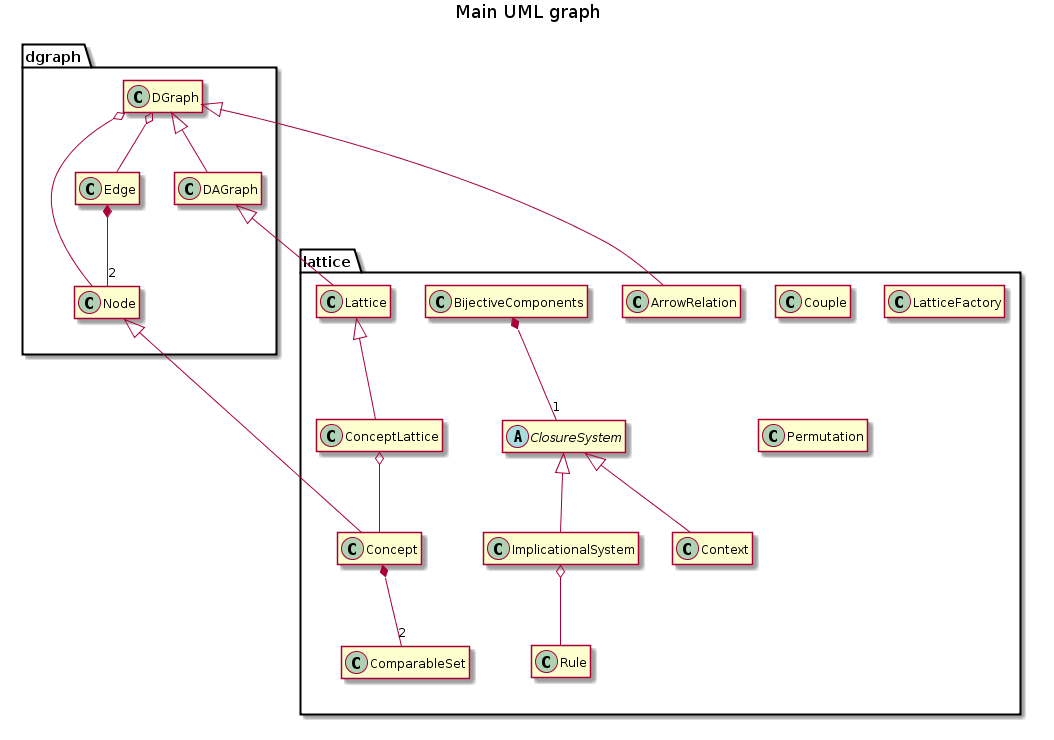
Above: api/UML.png in EstrellaRL/java-lattices (PlantUML), before the change. Source of this version:
```plantuml
@startuml UML.png
title Main UML graph

package dgraph {
    class DGraph {
        -TreeSet<Node> nodes
        -TreeMap<Node, TreeSet<Edge>> successors
        -TreeMap<Node, TreeSet<Edge>> predecessors
        .. Constructors ..
        +DGraph()
        +DGraph(final Set<Node> set)
        +DGraph(final DGraph graph)
        .. Generators ..
        +{static}DGraph random(int size, double threshold)
        +{static}DGraph random(int size)
        .. Accessors ..
        +int sizeNodes()
        +int sizeEdges()
        +SortedSet<Node> getNodes()
        +SortedSet<Edge> getEdges()
        +SortedSet<Edge> getSuccessorEdges(final Node node)
        +SortedSet<Edge> getPredecessorEdges(final Node node)
        +TreeSet<Node> getSuccessorNodes(final Node node)
        +TreeSet<Node> getPredecessorNodes(final Node node)
        +Edge getEdge(final Node from, final Node to)
        +Node getNode(final Object search)
        +Node getNodeByContent(final Object content)
        +Node getNodeByIdentifier(int identifier)
        +TreeSet<Node> getSinks()
        +TreeSet<Node> getWells()
        #TreeMap<Node, TreeSet<Edge>> getSuccessors()
        #TreeMap<Node, TreeSet<Edge>> getPredecessors()
        .. Mutators ..
        #DGraph setNodes(final TreeSet<Node> nodes)
        #DGraph setSuccessors(final TreeMap<Node, TreeSet<Edge>> successors)
        #DGraph setPredecessors(final TreeMap<Node, TreeSet<Edge>> predecessors)
        .. Predicates ..
        +boolean containsNode(final Node node)
        +boolean containsEdge(final Node from, final Node to)
        +boolean containsEdge(final Edge edge)
        +boolean isAcyclic()
        .. Transformers ..
        +String toString()
        .. Persistence ..
        +void writeDot(final String filename)
        .. Operations ..
        +boolean addNode(final Node node)
        +boolean addEdge(final Node from, final Node to, final Object content)
        +boolean addEdge(final Node from, final Node to)
        +boolean addEdge(final Edge edge)
        +boolean removeNode(final Node node)
        +boolean removeNodes(final Set<Node> nodes)
        +boolean removeEdge(final Node from, final Node to)
        +boolean removeEdge(final Edge edge)
        +ArrayList<Node> topologicalSort()
        +DGraph getSubgraphByNodes(final Set<Node> nodes)
        +DGraph getSubgraphByEdges(final Set<Edge> edges)
        +void complementary()
        +int reflexiveReduction()
        +int reflexiveClosure()
        +int transitiveClosure()
        +ArrayList<Node>[] depthFirstSearch(Node source, TreeSet<Node> visited, ArrayList<Node> sort)
        +ArrayList<Node>[] depthFirstSearch()
        +void transpose()
        +DAGraph getStronglyConnectedComponent()
    }

    DGraph o-- Node
    DGraph o-- Edge
}
package dgraph {
    class Edge {
        -Node from
        -Node to
        -Object content
        .. Constructors ..
        +Edge(final Node from, final Node to, final Object content)
        +Edge(final Node from, final Node to)
        .. Accessors ..
        +Node getFrom()
        +Node getTo()
        +Object getContent()
        .. Mutators ..
        +Edge setContent(final Object content)
        .. Predicates ..
        +boolean hasContent()
        .. Transformers ..
        +String toString()
        +String toDot()
        .. Comparators ..
        +int compareTo(final Object object)
    }

    Edge *-- "2" Node
}
package dgraph {
    class DAGraph {
        .. Constructors ..
        +DAGraph()
        +DAGraph(final Set<Node> set)
        +DAGraph(final DGraph graph)
        .. Generators ..
        +{static}DAGraph divisors(int number)
        +{static}DAGraph random(int size, double threshold)
        +{static}DAGraph random(int size)
        .. Operations ..
        +TreeSet<Node> min()
        +TreeSet<Node> max()
        +TreeSet<Node> majorants(final Node node)
        +TreeSet<Node> minorants(final Node node)
        +DAGraph filter(final Node node)
        +DAGraph ideal(final Node node)
        +DAGraph getSubgraphByNodes(final Set<Node> nodes)
        +int transitiveReduction()
        +int transitiveClosure()
    }

    DGraph <|-- DAGraph
}
package dgraph {
    class Node {
        -int identifier
        -Object content
        -{static} int count = 0
        .. Constructors ..
        +Node(final Object content)
        +Node()
        .. Creators ..
        +Node copy()
        .. Accessors ..
        +int getIdentifier()
        +Object getContent()
        .. Mutators ..
        +Node setContent(final Object content)
        .. Transformers ..
        +String toString()
        +String toDot()
        .. Comparators ..
        +boolean equals(final Object object)
        +int hashCode()
        +int compareTo(final Object object)
    }
}
package lattice {
    class ComparableSet {
        .. Constructors ..
        +ComparableSet()
        +ComparableSet(TreeSet<Comparable> set)
        .. Transformers ..
        +String toFile()
        .. Generators ..
        +ComparableSet copy()
        .. Comparators ..
        +boolean equals(Object object)
        +int hashCode()
        +int compareTo(Object object)
    }
}
package lattice {
    class Concept {
        -ComparableSet setA
        -ComparableSet setB
        .. Constructors ..
        +Concept(TreeSet<Comparable> setA, TreeSet<Comparable> setB)
        +Concept(boolean setA, boolean setB)
        +Concept(TreeSet<Comparable> setA, boolean setB)
        +Concept(boolean setA, TreeSet<Comparable> setB)
        +Concept(Concept c)
        .. Generators ..
        +Concept copy()
        .. Predicates ..
        +boolean hasSetB()
        +boolean hasSetA()
        +boolean containsInA(Comparable x)
        +boolean containsInB(Comparable x)
        +boolean containsAllInA(TreeSet x)
        +boolean containsAllInB(TreeSet x)
        .. Accessors ..
        +TreeSet<Comparable> getSetA()
        +TreeSet<Comparable> getSetB()
        .. Operations ..
        +void putSetB(ComparableSet x)
        +void putSetA(ComparableSet x)
        +boolean addToA(Comparable x)
        +boolean addToB(Comparable x)
        +boolean addAllToA(TreeSet x)
        +boolean addAllToB(TreeSet x)
        +boolean removeFromA(Comparable x)
        +boolean removeFromB(Comparable x)
        +boolean removeAllFromA(TreeSet x)
        +boolean removeAllFromB(TreeSet x)
        .. Transformers ..
        +String toString()
        +String toDot()
        .. Comparators ..
        +int hashCode()
        +boolean equals(Object o)
        .. Successors computation ..
        +ArrayList<TreeSet<Comparable>> immediateSuccessorsLOA(Context init)
        -int count(Context init, TreeSet<Comparable> attributes)
        +ArrayList<TreeSet<Comparable>> immediateSuccessors(ClosureSystem init)
    }

    Node <|-- Concept

    Concept *-- "2" ComparableSet
}
package lattice {
    class ConceptLattice {
        .. Constructors ..
        +ConceptLattice()
        +ConceptLattice(TreeSet<Concept> set)
        +ConceptLattice(Lattice lattice)
        .. Modifiers ..
        +boolean addNode(Node n)
        +boolean addEdge(Node from, Node to)
        +boolean removeAllSetA()
        +boolean removeAllSetB()
        +boolean initializeSetAForJoin()
        +boolean initializeSetBForMeet()
        +boolean makeInclusionReduction()
        +boolean makeIrreduciblesReduction()
        +boolean makeEdgeValuation()
        .. Predicates ..
        +boolean containsConcepts()
        +boolean isConceptLattice()
        +boolean containsAllSetA()
        +boolean containsAllSetB()
        .. Generators ..
        +ConceptLattice copy()
        .. Lattices generators ..
        +Lattice getJoinReduction()
        +Lattice getMeetReduction()
        +Lattice getIrreduciblesReduction()
        +{static} ConceptLattice idealsLattice(DAGraph dag)
        +{static} ConceptLattice completeLattice(ClosureSystem init)
        +{static} ConceptLattice diagramLattice(ClosureSystem init)
        +void recursiveDiagramLattice(Concept n, ClosureSystem init)
        +Vector<TreeSet<Comparable>> immediateSuccessors(Node n, ClosureSystem init)
    }

    Lattice <|-- ConceptLattice
    ConceptLattice o-- Concept
}
package lattice {
    class Context {
        -TreeSet<Comparable> observations
        -TreeSet<Comparable> attributes
        -TreeMap<Comparable, TreeSet<Comparable>> intent
        -TreeMap<Comparable, TreeSet<Comparable>> extent
        -BitSet bitsetAttributes
        -BitSet bitsetObservations
        -TreeMap<Comparable, BitSet> bitsetIntent
        -TreeMap<Comparable, BitSet> bitsetExtent
        -ArrayList<Comparable> arrayObservations
        -ArrayList<Comparable> arrayAttributes
        .. Constructors ..
        +Context()
        +Context(Context context)
        +Context(String filename)
        +Context(String filename, int thresholdBinary)
        +Context(String link, TreeSet<String> filesname, int thresholdBinary)
        +Context(TreeSet<String> linkFilesName, int thresholdBinary)
        .. Generators ..
        {static}+Context random(int nbObs, int nbGrp, int nbAttrPerGrp)
        .. Accessors ..
        +TreeSet<Comparable> getAttributes()
        +TreeSet<Comparable> getObservations()
        +TreeSet<Comparable> getIntent(Comparable obs)
        +TreeSet<Comparable> getIntent(TreeSet<Comparable> set)
        +TreeSet<Comparable> getExtent(Comparable att)
        +TreeSet<Comparable> getExtent(TreeSet<Comparable> set)
        +int getExtentNb(TreeSet<Comparable> set)
        +TreeMap<Comparable, TreeSet<Comparable>> attributesReduction()
        +TreeMap<Comparable, TreeSet<Comparable>> observationsReduction()
        +Context getReverseContext()
        +TreeSet<Comparable> getSet()
        +TreeSet<Comparable> getExtentUnion(TreeSet<Comparable> set)
        .. Predicates ..
        +boolean containsAttribute(Comparable att)
        +boolean containsAllAttributes(TreeSet<Comparable> set)
        +boolean containsObservation(Comparable obs)
        +boolean containsAllObservations(TreeSet<Comparable> set)
        +boolean containAsIntent(Comparable obs, Comparable att)
        +boolean containAsExtent(Comparable att, Comparable obs)
        .. Operations ..
        +boolean addToAttributes(Comparable att)
        +boolean addAllToAttributes(TreeSet<Comparable> set)
        +boolean removeFromAttributes(Comparable att)
        +boolean addToObservations(Comparable obs)
        +boolean addAllToObservations(TreeSet<Comparable> set)
        +boolean removeFromObservations(Comparable obs)
        +void setBitSets()
        -void setMaps()
        -void setBitSetsIntentExtent()
        +boolean addExtentIntent(Comparable obs, Comparable att)
        +boolean removeExtentIntent(Comparable obs, Comparable att)
        +TreeMap<Comparable, TreeSet<Comparable>> reduction()
        +void reverse()
        +TreeSet<Comparable> closure(TreeSet<Comparable> set)
        +ComparableSet inverseClosure(ComparableSet set)
        +ConceptLattice conceptLattice(boolean  diagram)
        +ConceptLattice lattice()
        .. Transformers ..
        String toString()
        void toFile(String filename)
    }

    ClosureSystem <|-- Context
}
package lattice {
    class ArrowRelation {
        .. Constructors ..
        +ArrowRelation(Lattice lattice)
        .. Transformers ..
        +void writeLaTex(String filename)
    }

    DGraph <|-- ArrowRelation
}
package lattice {
    class ClosureSystem {
        +{abstract} TreeSet<Comparable> getSet()
        +{abstract} TreeSet<Comparable> closure(TreeSet<Comparable> set)
        +{abstract} void toFile(String file)

        +ConceptLattice closedSetLattice(boolean  diagram)
        +ConceptLattice lattice()
        +Vector<Concept> allClosures()
        +Concept nextClosure(Concept cl)
        +DGraph precedenceGraph()
        +TreeMap<Object, TreeSet> getReducibleElements()
    }

    abstract class ClosureSystem
}
package lattice {
    class Lattice {
        -DGraph dependencyGraph
        .. Constructors ..
        +Lattice()
        +Lattice(TreeSet<Node> set)
        +Lattice(DAGraph graph)
        .. Predicates ..
        +boolean isLattice()
        +boolean isCN()
        .. Operations ..
        +Node top()
        +Node bottom()
        +Node meet(Node x, Node y)
        +Node join(Node x, Node y)

        +TreeSet<Node> joinIrreducibles()
        +TreeSet<Node> meetIrreducibles()
        +TreeSet<Comparable> joinIrreducibles(Node n)
        +TreeSet<Comparable> meetIrreducibles(Node n)
        +DAGraph joinIrreduciblesSubgraph()
        +DAGraph meetIrreduciblesSubgraph()
        +DAGraph irreduciblesSubgraph()
        +ConceptLattice joinClosure()
        +ConceptLattice meetClosure()
        +ConceptLattice irreducibleClosure()
        +Context getTable()
        +IS getIS()

        +DGraph getDependencyGraph()
        #setDependencyGraph(DGraph graph)
        #hasDependencyGraph()
        +IS getCanonicalDirectBasis()
        +TreeSet getMinimalGenerators()
        +DGraph getArrowRelation()
        +Context getDoubleArrowTable()
    }

    DAGraph <|-- Lattice
}

package lattice {
    class Rule {
        -ComparableSet premise
        -ComparableSet conclusion
        .. Constructors ..
        +Rule()
        +Rule(TreeSet<Comparable> premise, TreeSet<Comparable> conclusion)
        .. Accessors ..
        +TreeSet<Comparable> getPremise()
        +TreeSet<Comparable> getConclusion()
        .. Operations ..
        +boolean addToPremise(Comparable a)
        +boolean removeFromPremise(Comparable a)
        +boolean addToConclusion(Comparable a)
        +boolean removeFromConclusion(Object a)
        +boolean addAllToPremise(Collection<Comparable> a)
        +boolean removeAllFromPremise(Collection<Comparable> a)
        +boolean addAllToConclusion(Collection<Comparable> a)
        +boolean removeAllFromConclusion(Collection<Comparable> a)
        .. Transformers ..
        +String toString()
        +String toFile()
        .. Comparators ..
        +int hashCode()
        +boolean equals(Object o)
        +int compareTo(Object o)
    }
}
package lattice {
    class BijectiveComponents {
        -ClosureSystem init
        -ConceptLattice lattice
        -Lattice reducedLattice
        -DGraph dependencyGraph
        -TreeSet<ComparableSet> minimalGenerators
        -IS canonicalDirectBasis
        -IS canonicalBasis
        -Context table
        .. Constructors ..
        +BijectiveComponents(ClosureSystem init)
        .. Initialisation ..
        +long initialize()
        .. Persistence ..
        +void save(String directory, String name)
        .. Accessors ..
        +ClosureSystem getInit()
        +ConceptLattice getLattice()
        +Lattice getReducedLattice()
        +DGraph getDependencyGraph()
        +TreeSet<ComparableSet> getMinimalGenerators()
        +IS getCanonicalDirectBasis()
        +IS getCanonicalBasis()
        +Context getTable()
        .. Mutators ..
        #void setInit(ClosureSystem init)
        #void setLattice(ConceptLattice lattice)
        #void setReducedLattice(Lattice reducedLattice)
        #void setDependencyGraph(DGraph dependencyGraph)
        #void setMinimalGenerators(TreeSet<ComparableSet> minimalGenerators)
        #void setCanonicalDirectBasis(IS canonicalDirectBasis)
        #void setCanonicalBasis(IS canonicalBasis)
        #void setTable(Context table)
    }

    BijectiveComponents *-- "1" ClosureSystem
}
package lattice {
    class ImplicationalSystem {
        -TreeSet<Rule> sigma
        -TreeSet<Comparable> set
        .. Constructors ..
        +ImplicationalSystem()
        +ImplicationalSystem(Collection<Rule> sigma)
        +ImplicationalSystem(ImplicationalSystem s)
        +ImplicationalSystem(String filename)
        .. Generators ..
        {static}+ImplicationalSystem random(int nbS, int nbR)
        .. Accessors ..
        +TreeSet<Rule> getRules()
        +TreeSet<Comparable> getSet()
        +int nbElements()
        +nbRules()
        .. Modifications ..
        +boolean addElement(Comparable e)
        +boolean addAllElements(TreeSet<Comparable> x)
        +boolean deleteElement(Comparable e)
        +boolean addRule(Rule r)
        +boolean removeRule(Rule r)
        +boolean replaceRule(Rule r1, Rule r2)
        .. Predicates ..
        +boolean checkRuleElements(Rule r)
        +boolean containsRule(Rule r)
        +boolean isProper()
        +boolean isUnary()
        +boolean isCompact()
        +boolean isRightMaximal()
        +boolean isLeftMinimal()
        +boolean isDirect()
        +boolean isMinimum()
        +boolean isCanonicalDirectBasis()
        +boolean isCanonicalBasis()
        +boolean isIncludedIn(ImplicationalSystem is)
        +boolean isReduced()
        .. Transformers ..
        +String toString()
        +void toFile(String filename)
        .. Operations ..
        +int makeProper()
        +int makeUnary()
        +int makeCompact()
        +int makeRightMaximal()
        +int makeLeftMinimal()
        +int makeDirect()
        +int makeMinimum()
        +int makeCanonicalDirectBasis()
        +int makeCanonicalBasis()
        +DGraph representativeGraph()
        +DGraph dependencyGraph()
        +TreeMap<Comparable, TreeSet<Comparable>> reduction()
        +TreeSet<Comparable> closure(TreeSet<Comparable> x)
    }


    ClosureSystem <|-- ImplicationalSystem
    ImplicationalSystem o-- Rule
}

package lattice {
    class Couple {
        -Object left
        -Object right
        .. Constructors ..
        +Couple(Object l, Object r)
        .. Accessors ..
        +Object getLeft()
        +Object getRight()
        .. Mutators ..
        +void setLeft(Object left)
        +void setRight(Object right)
        .. Transformers ..
        +String toString()
        .. Predicates ..
        +boolean equals(Couple c)
        +int hashCode()
    }
}
package lattice {
    class LatticeFactory {
        .. Constructor ..
        +LatticeFactory()
        .. Generators ..
        {static}+Lattice random(int nb)
        {static}+Lattice booleanAlgebra(int nb)
        {static}+Lattice permutationLattice(int n)
        {static}+Lattice product(Lattice l, Lattice r)
        {static}+Lattice doublingConvex(Lattice l, DAGraph c)
        .. Operations ..
        {static}-recursiveBooleanAlgebra(Node node, Lattice l, int n)
        {static}-recursivePermutationLattice(Node node, Lattice l, int n)
    }
}
package lattice {
    class Permutation {
        -int length
        -int[] content
        .. Constructors ..
        +Permutation(int n)
        .. Accessors ..
        +int getLength()
        +int[] getContent()
        .. Mutators ..
        +boolean setLength()
        +void setContent()
        .. Transformers ..
        +String toString()
        .. Predicates ..
        +boolean equals(Permutation s)
        +int hashCode()
    }
}

hide members
@enduml
```
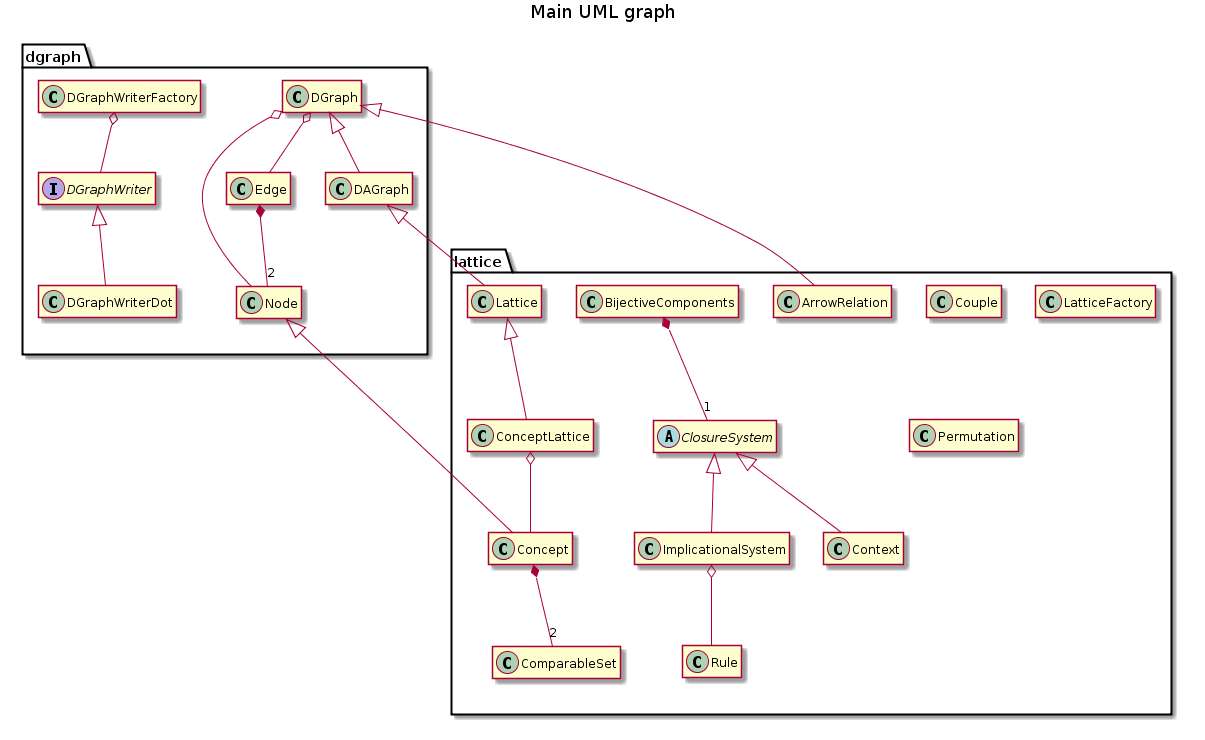
Above is the later version.

What changed in the source:
```diff
@@ -42,7 +42,7 @@
         .. Transformers ..
         +String toString()
         .. Persistence ..
-        +void writeDot(final String filename)
+        +void write(final String filename)
         .. Operations ..
         +boolean addNode(final Node node)
         +boolean addEdge(final Node from, final Node to, final Object content)
@@ -69,6 +69,31 @@
     DGraph o-- Edge
 }
 package dgraph {
+    interface DGraphWriter {
+        +void write(DGraph graph, DataOutputStream out)
+    }
+}
+package dgraph {
+    class DGraphWriterDot {
+    	-{static}DGraphWriterDot instance
+        +void write(DGraph graph, DataOutputStream out)
+        +{static}DGraphWriterDot getInstance()
+        +{static}void register()
+    }
+
+    DGraphWriter <|-- DGraphWriterDot
+}
+package dgraph {
+    class DGraphWriterFactory {
+    	-{static}HashMap<String, DGraphWriter> writers
+        +{static}DGraphWriter register(DGraphWriter writer, String extension)
+        +{static}DGraphWriter unregister(String extension)
+        +{static}DGraphWriter get(String extension)
+    }
+
+    DGraphWriterFactory o-- DGraphWriter
+}
+package dgraph {
     class Edge {
         -Node from
         -Node to
@@ -86,7 +111,6 @@
         +boolean hasContent()
         .. Transformers ..
         +String toString()
-        +String toDot()
         .. Comparators ..
         +int compareTo(final Object object)
     }
@@ -134,7 +158,6 @@
         +Node setContent(final Object content)
         .. Transformers ..
         +String toString()
-        +String toDot()
         .. Comparators ..
         +boolean equals(final Object object)
         +int hashCode()
```
